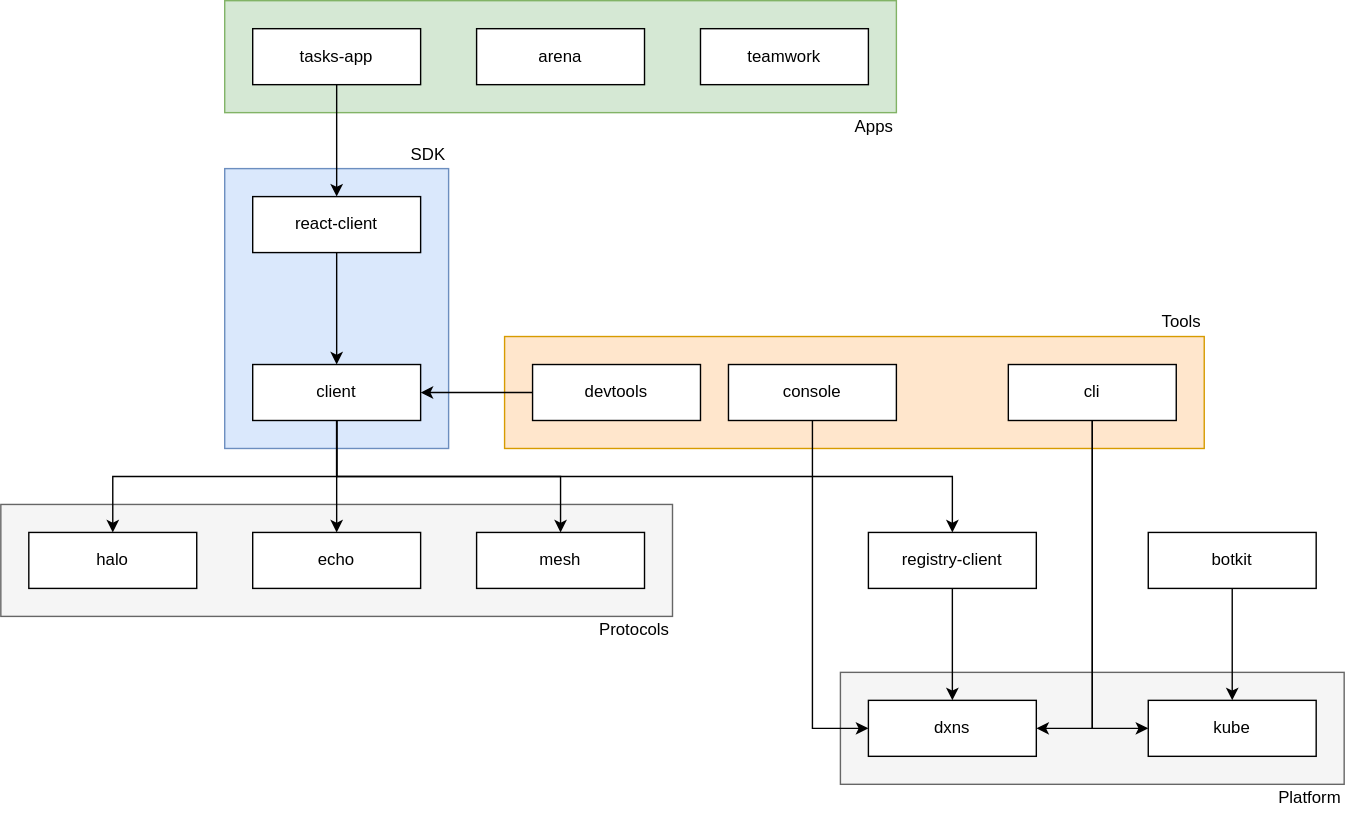
The draw.io diagram docs/content/images/packages.svg in dxos/gravity, before a commit. Source tidied: cells renumbered, new cells last; positions are measured from the earlier drawing's top-left corner, leaving out a move shared by most shapes.
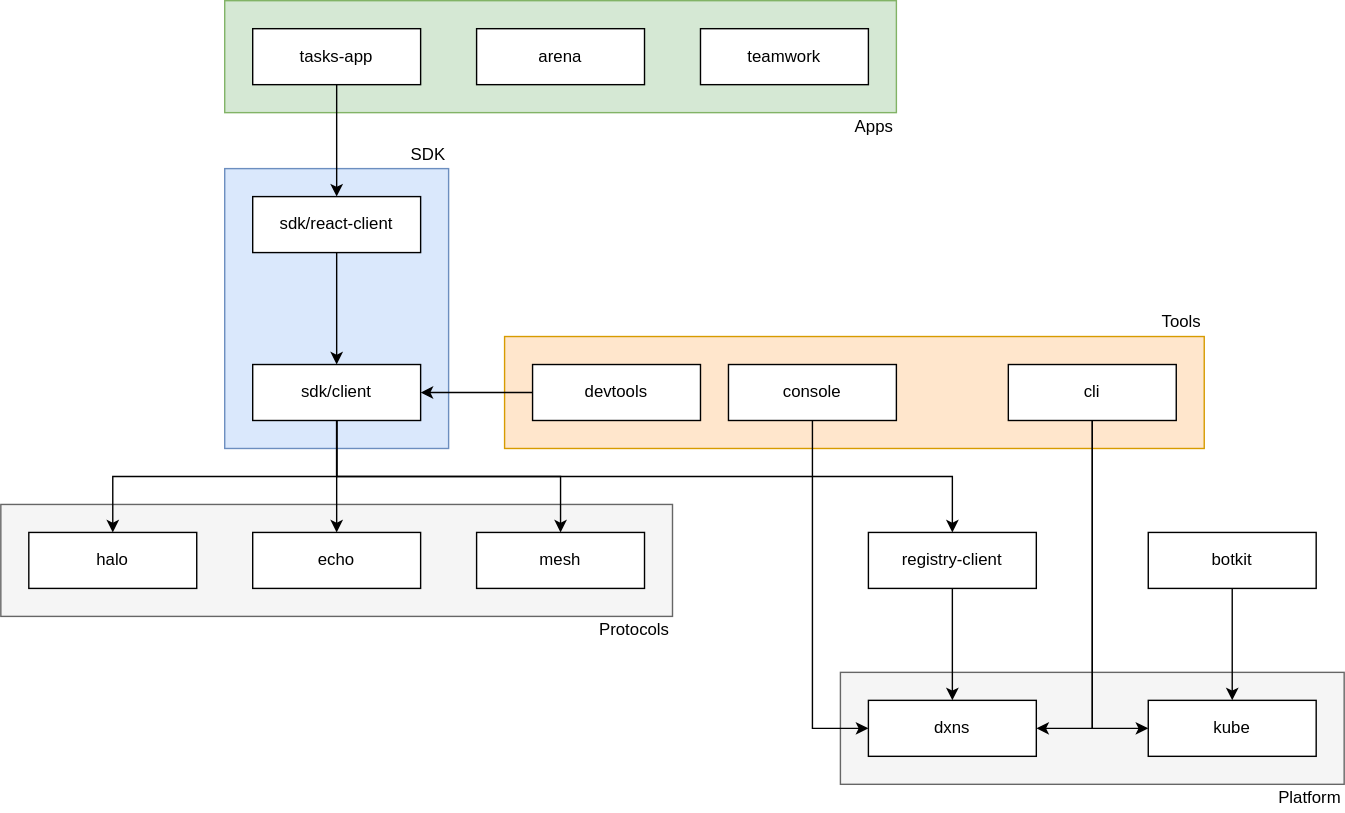
After the commit.

Diff of the diagram source:
```diff
@@ -59,13 +59,13 @@
     <mxCell id="20" style="edgeStyle=orthogonalEdgeStyle;rounded=0;jettySize=auto;html=1;exitX=0.5;exitY=1;exitDx=0;exitDy=0;entryX=0.5;entryY=0;entryDx=0;entryDy=0;" parent="1" edge="1" source="21" target="16">
       <mxGeometry relative="1" as="geometry" />
     </mxCell>
-    <mxCell id="21" value="client" style="rounded=0;whiteSpace=wrap;html=1;" parent="1" vertex="1">
+    <mxCell id="21" value="sdk/client" style="rounded=0;whiteSpace=wrap;html=1;" parent="1" vertex="1">
       <mxGeometry x="180" y="260" width="120" height="40" as="geometry" />
     </mxCell>
     <mxCell id="22" style="edgeStyle=orthogonalEdgeStyle;rounded=0;jettySize=auto;html=1;exitX=0.5;exitY=1;exitDx=0;exitDy=0;entryX=0.5;entryY=0;entryDx=0;entryDy=0;" parent="1" edge="1" source="23" target="21">
       <mxGeometry relative="1" as="geometry" />
     </mxCell>
-    <mxCell id="23" value="react-client" style="rounded=0;whiteSpace=wrap;html=1;" parent="1" vertex="1">
+    <mxCell id="23" value="sdk/react-client" style="rounded=0;whiteSpace=wrap;html=1;" parent="1" vertex="1">
       <mxGeometry x="180" y="140" width="120" height="40" as="geometry" />
     </mxCell>
     <mxCell id="24" style="edgeStyle=orthogonalEdgeStyle;rounded=0;jettySize=auto;html=1;exitX=0;exitY=0.5;exitDx=0;exitDy=0;" parent="1" edge="1" source="25" target="21">
```
